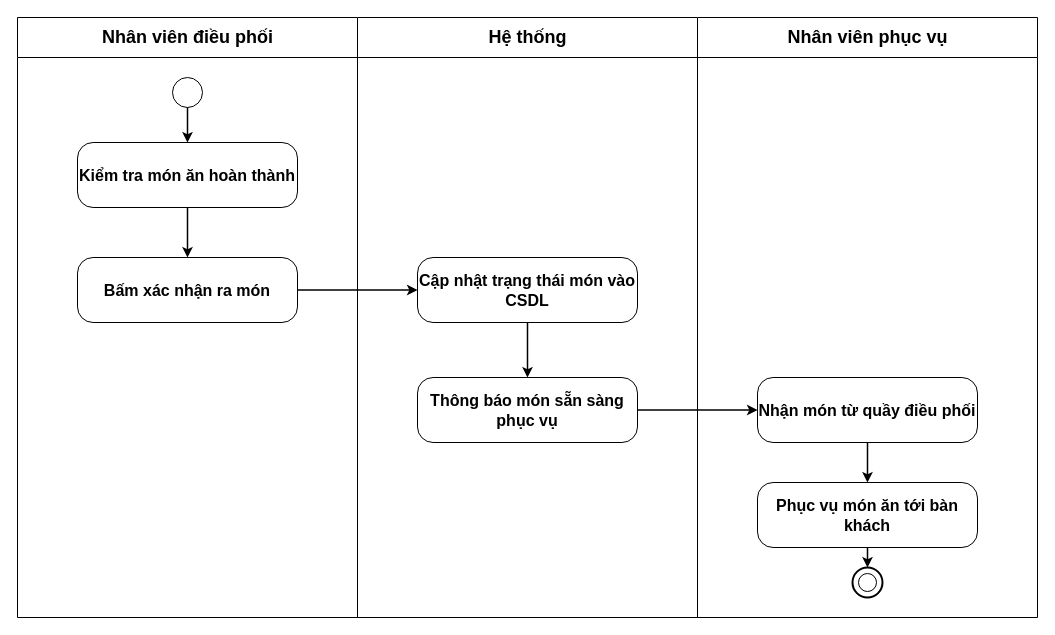
The draw.io diagram docs/phase1/drawio/ad03_serving_confirmation.drawio in AndrewQng/VinDining, before the edit. Source tidied: cells renumbered, new cells numbered last; positions are measured from the earlier drawing's top-left corner, leaving out a move shared by most shapes. Both pictures are drawn from the tidied source at 100%, with x=0, y=0 at pixel (17, 17).
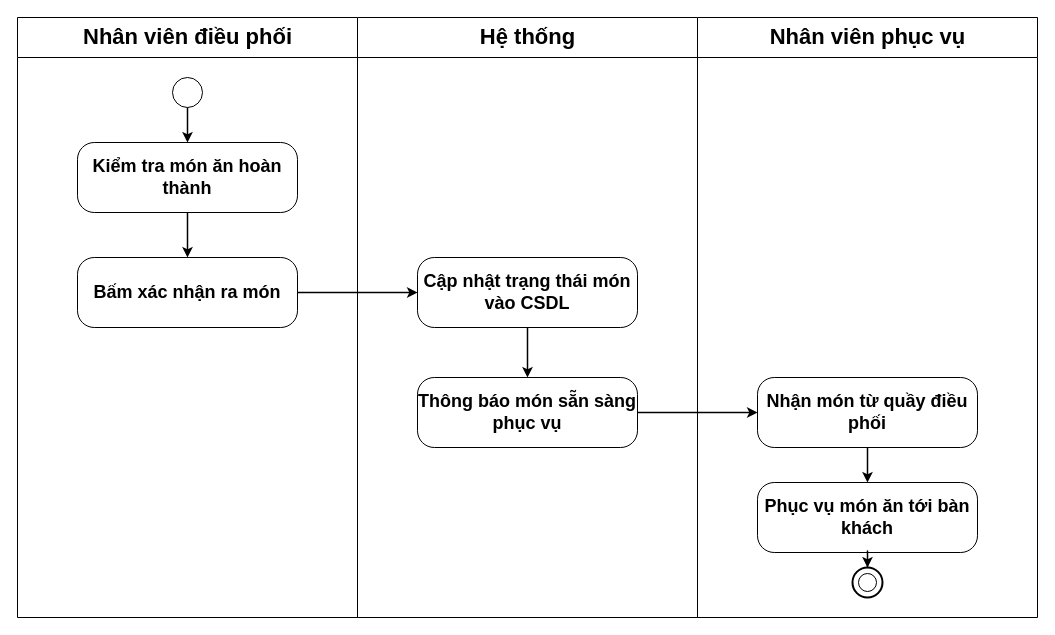
After the change.

The change refers to these unchanged cells:
```xml
<mxCell id="3" style="ellipse;whiteSpace=wrap;html=1;fontSize=18;" parent="2" vertex="1">
  <mxGeometry x="155" y="60" width="30" height="30" as="geometry" />
</mxCell>
<mxCell id="12" style="ellipse;whiteSpace=wrap;html=1;strokeWidth=2;fontSize=18;" parent="9" vertex="1">
  <mxGeometry x="155" y="550" width="30" height="30" as="geometry" />
</mxCell>
```

What changed in the source:
```diff
@@
-    <mxCell id="2" value="Nhân viên điều phối" style="swimlane;html=1;startSize=40;horizontal=1;fontStyle=1;fontSize=18;align=center;verticalAlign=middle;swimlaneLine=1;" parent="1" vertex="1">
+    <mxCell id="2" value="Nhân viên điều phối" style="swimlane;html=1;startSize=40;horizontal=1;fontStyle=1;fontSize=22;align=center;verticalAlign=middle;swimlaneLine=1;" parent="1" vertex="1">
       <mxGeometry width="340" height="600" as="geometry" />
     </mxCell>
@@
-    <mxCell id="4" value="Kiểm tra món ăn hoàn thành" style="rounded=1;arcSize=24;whiteSpace=wrap;html=1;fontStyle=1;fontSize=16;align=center;verticalAlign=middle;" parent="2" vertex="1">
-      <mxGeometry x="60" y="125" width="220" height="65" as="geometry" />
+    <mxCell id="4" value="Kiểm tra món ăn hoàn thành" style="rounded=1;arcSize=24;whiteSpace=wrap;html=1;fontStyle=1;fontSize=18;align=center;verticalAlign=middle;" parent="2" vertex="1">
+      <mxGeometry x="60" y="125" width="220" height="70" as="geometry" />
     </mxCell>
-    <mxCell id="5" value="Bấm xác nhận ra món" style="rounded=1;arcSize=24;whiteSpace=wrap;html=1;fontStyle=1;fontSize=16;align=center;verticalAlign=middle;" parent="2" vertex="1">
-      <mxGeometry x="60" y="240" width="220" height="65" as="geometry" />
+    <mxCell id="5" value="Bấm xác nhận ra món" style="rounded=1;arcSize=24;whiteSpace=wrap;html=1;fontStyle=1;fontSize=18;align=center;verticalAlign=middle;" parent="2" vertex="1">
+      <mxGeometry x="60" y="240" width="220" height="70" as="geometry" />
     </mxCell>
-    <mxCell id="6" value="Hệ thống" style="swimlane;html=1;startSize=40;horizontal=1;fontStyle=1;fontSize=18;align=center;verticalAlign=middle;swimlaneLine=1;" parent="1" vertex="1">
+    <mxCell id="6" value="Hệ thống" style="swimlane;html=1;startSize=40;horizontal=1;fontStyle=1;fontSize=22;align=center;verticalAlign=middle;swimlaneLine=1;" parent="1" vertex="1">
       <mxGeometry x="340" width="340" height="600" as="geometry" />
     </mxCell>
-    <mxCell id="7" value="Cập nhật trạng thái món vào CSDL" style="rounded=1;arcSize=24;whiteSpace=wrap;html=1;fontStyle=1;fontSize=16;align=center;verticalAlign=middle;" parent="6" vertex="1">
-      <mxGeometry x="60" y="240" width="220" height="65" as="geometry" />
+    <mxCell id="7" value="Cập nhật trạng thái món vào CSDL" style="rounded=1;arcSize=24;whiteSpace=wrap;html=1;fontStyle=1;fontSize=18;align=center;verticalAlign=middle;" parent="6" vertex="1">
+      <mxGeometry x="60" y="240" width="220" height="70" as="geometry" />
     </mxCell>
-    <mxCell id="8" value="Thông báo món sẵn sàng phục vụ" style="rounded=1;arcSize=24;whiteSpace=wrap;html=1;fontStyle=1;fontSize=16;align=center;verticalAlign=middle;" parent="6" vertex="1">
-      <mxGeometry x="60" y="360" width="220" height="65" as="geometry" />
+    <mxCell id="8" value="Thông báo món sẵn sàng phục vụ" style="rounded=1;arcSize=24;whiteSpace=wrap;html=1;fontStyle=1;fontSize=18;align=center;verticalAlign=middle;" parent="6" vertex="1">
+      <mxGeometry x="60" y="360" width="220" height="70" as="geometry" />
     </mxCell>
-    <mxCell id="9" value="Nhân viên phục vụ" style="swimlane;html=1;startSize=40;horizontal=1;fontStyle=1;fontSize=18;align=center;verticalAlign=middle;swimlaneLine=1;" parent="1" vertex="1">
+    <mxCell id="9" value="Nhân viên phục vụ" style="swimlane;html=1;startSize=40;horizontal=1;fontStyle=1;fontSize=22;align=center;verticalAlign=middle;swimlaneLine=1;" parent="1" vertex="1">
       <mxGeometry x="680" width="340" height="600" as="geometry" />
     </mxCell>
-    <mxCell id="10" value="Nhận món từ quầy điều phối" style="rounded=1;arcSize=24;whiteSpace=wrap;html=1;fontStyle=1;fontSize=16;align=center;verticalAlign=middle;" parent="9" vertex="1">
-      <mxGeometry x="60" y="360" width="220" height="65" as="geometry" />
+    <mxCell id="10" value="Nhận món từ quầy điều phối" style="rounded=1;arcSize=24;whiteSpace=wrap;html=1;fontStyle=1;fontSize=18;align=center;verticalAlign=middle;" parent="9" vertex="1">
+      <mxGeometry x="60" y="360" width="220" height="70" as="geometry" />
     </mxCell>
-    <mxCell id="11" value="Phục vụ món ăn tới bàn khách" style="rounded=1;arcSize=24;whiteSpace=wrap;html=1;fontStyle=1;fontSize=16;align=center;verticalAlign=middle;" parent="9" vertex="1">
-      <mxGeometry x="60" y="465" width="220" height="65" as="geometry" />
+    <mxCell id="11" value="Phục vụ món ăn tới bàn khách" style="rounded=1;arcSize=24;whiteSpace=wrap;html=1;fontStyle=1;fontSize=18;align=center;verticalAlign=middle;" parent="9" vertex="1">
+      <mxGeometry x="60" y="465" width="220" height="70" as="geometry" />
     </mxCell>
@@
-    <mxCell id="14" style="edgeStyle=orthogonalEdgeStyle;rounded=1;jettySize=auto;html=1;strokeWidth=1.5;fontSize=16;fontColor=#333333;" parent="1" edge="1" source="3" target="4">
+    <mxCell id="14" style="edgeStyle=orthogonalEdgeStyle;rounded=1;jettySize=auto;html=1;strokeWidth=1.5;fontSize=18;fontColor=#333333;" parent="1" edge="1" source="3" target="4">
       <mxGeometry relative="1" as="geometry" />
     </mxCell>
-    <mxCell id="15" style="edgeStyle=orthogonalEdgeStyle;rounded=1;jettySize=auto;html=1;strokeWidth=1.5;fontSize=16;fontColor=#333333;" parent="1" edge="1" source="4" target="5">
+    <mxCell id="15" style="edgeStyle=orthogonalEdgeStyle;rounded=1;jettySize=auto;html=1;strokeWidth=1.5;fontSize=18;fontColor=#333333;" parent="1" edge="1" source="4" target="5">
       <mxGeometry relative="1" as="geometry" />
     </mxCell>
-    <mxCell id="16" style="edgeStyle=orthogonalEdgeStyle;rounded=1;jettySize=auto;html=1;strokeWidth=1.5;fontSize=16;fontColor=#333333;" parent="1" edge="1" source="5" target="7">
+    <mxCell id="16" style="edgeStyle=orthogonalEdgeStyle;rounded=1;jettySize=auto;html=1;strokeWidth=1.5;fontSize=18;fontColor=#333333;" parent="1" edge="1" source="5" target="7">
       <mxGeometry relative="1" as="geometry" />
     </mxCell>
-    <mxCell id="17" style="edgeStyle=orthogonalEdgeStyle;rounded=1;jettySize=auto;html=1;strokeWidth=1.5;fontSize=16;fontColor=#333333;" parent="1" edge="1" source="7" target="8">
+    <mxCell id="17" style="edgeStyle=orthogonalEdgeStyle;rounded=1;jettySize=auto;html=1;strokeWidth=1.5;fontSize=18;fontColor=#333333;" parent="1" edge="1" source="7" target="8">
       <mxGeometry relative="1" as="geometry" />
     </mxCell>
-    <mxCell id="18" style="edgeStyle=orthogonalEdgeStyle;rounded=1;jettySize=auto;html=1;strokeWidth=1.5;fontSize=16;fontColor=#333333;" parent="1" edge="1" source="8" target="10">
+    <mxCell id="18" style="edgeStyle=orthogonalEdgeStyle;rounded=1;jettySize=auto;html=1;strokeWidth=1.5;fontSize=18;fontColor=#333333;" parent="1" edge="1" source="8" target="10">
       <mxGeometry relative="1" as="geometry" />
     </mxCell>
-    <mxCell id="19" style="edgeStyle=orthogonalEdgeStyle;rounded=1;jettySize=auto;html=1;strokeWidth=1.5;fontSize=16;fontColor=#333333;" parent="1" edge="1" source="10" target="11">
+    <mxCell id="19" style="edgeStyle=orthogonalEdgeStyle;rounded=1;jettySize=auto;html=1;strokeWidth=1.5;fontSize=18;fontColor=#333333;" parent="1" edge="1" source="10" target="11">
       <mxGeometry relative="1" as="geometry" />
     </mxCell>
-    <mxCell id="20" style="edgeStyle=orthogonalEdgeStyle;rounded=1;jettySize=auto;html=1;strokeWidth=1.5;fontSize=16;fontColor=#333333;" parent="1" edge="1" source="11" target="12">
+    <mxCell id="20" style="edgeStyle=orthogonalEdgeStyle;rounded=1;jettySize=auto;html=1;strokeWidth=1.5;fontSize=18;fontColor=#333333;" parent="1" edge="1" source="11" target="12">
       <mxGeometry relative="1" as="geometry" />
     </mxCell>
```
